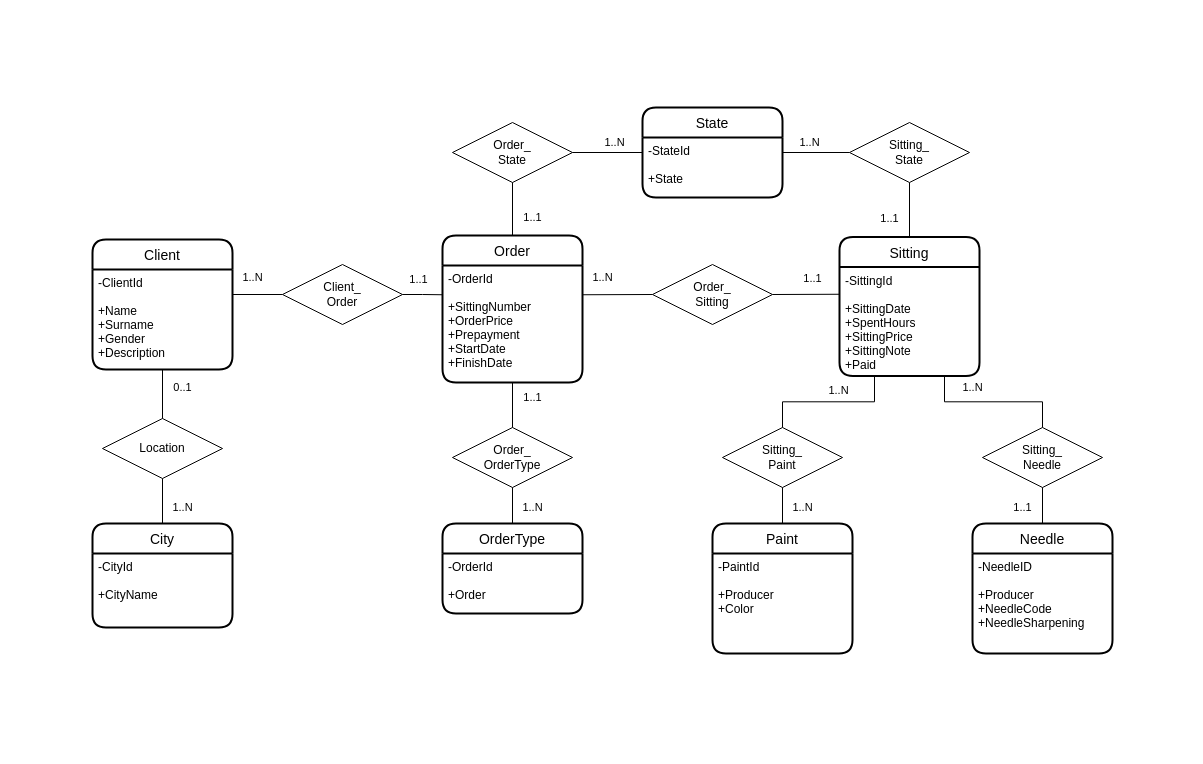
The draw.io diagram src/main/resources/database/EntityRelationship/MaxTattooER.drawio in Anathan24/MaxTattoo, before the edit. Source tidied: cells renumbered, new cells numbered last; positions are measured from the earlier drawing's top-left corner, leaving out a move shared by most shapes. Both pictures are drawn from the tidied source at 100%, with x=0, y=0 at pixel (17, 17).
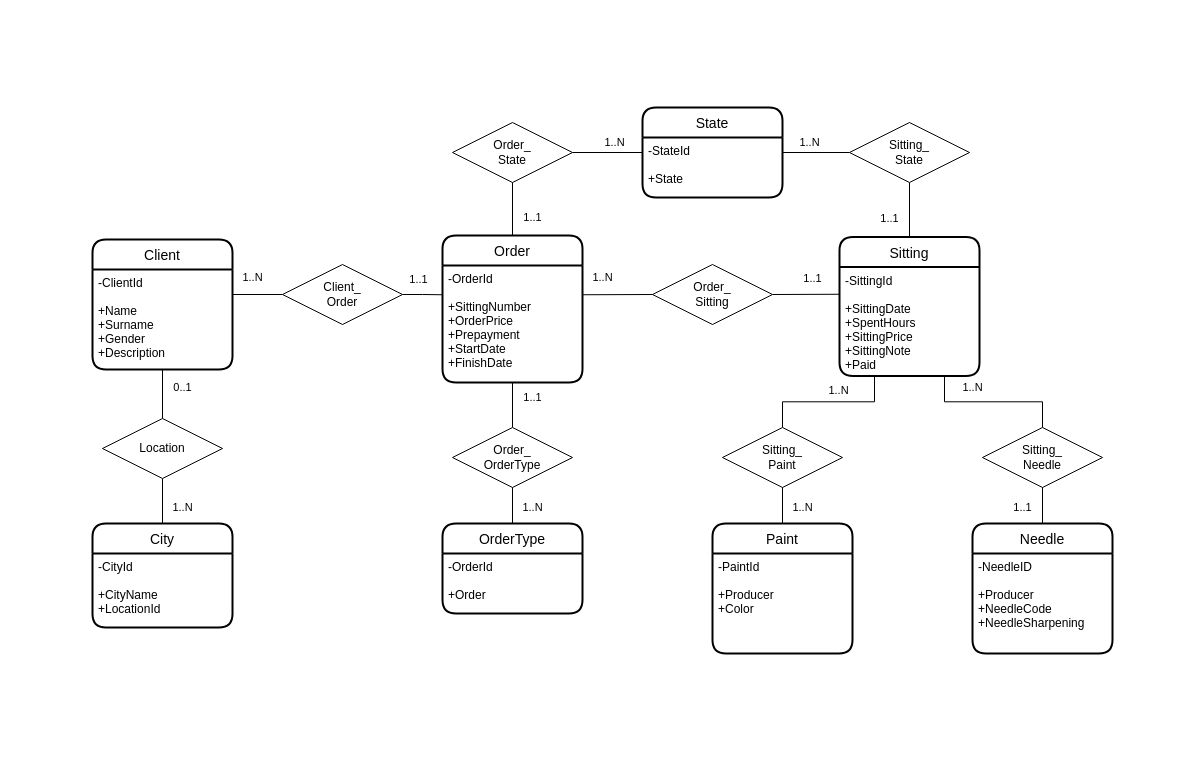
The same page after the edit.

The change refers to these unchanged cells:
```xml
<mxCell id="14" value="City" style="swimlane;horizontal=1;startSize=30;rounded=1;fontSize=14;fontStyle=0;strokeWidth=2;shadow=0;dashed=0;align=center;" parent="1" vertex="1">
  <mxGeometry x="75" y="506" width="140" height="104" as="geometry" />
</mxCell>
```

Change to the diagram source:
```diff
@@
-    <mxCell id="15" value="-CityId&#10;&#10;+CityName" style="align=left;strokeColor=none;fillColor=none;spacingLeft=4;fontSize=12;verticalAlign=top;" parent="14" vertex="1">
+    <mxCell id="15" value="-CityId&#10;&#10;+CityName&#10;+LocationId" style="align=left;strokeColor=none;fillColor=none;spacingLeft=4;fontSize=12;verticalAlign=top;" parent="14" vertex="1">
       <mxGeometry y="30" width="140" height="74" as="geometry" />
     </mxCell>
```
